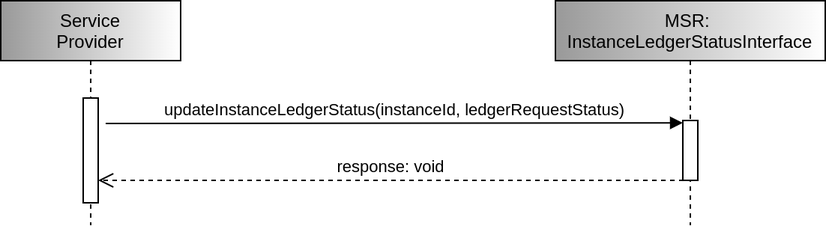
This is materials/instanceledgerstatusintseqdiagram.drawio.png from maritimeconnectivity/g1128-msr-service-specification, a draw.io export, as it was before one commit. Source tidied: cells renumbered, new cells last; positions are measured from the earlier drawing's top-left corner, leaving out a move shared by most shapes.
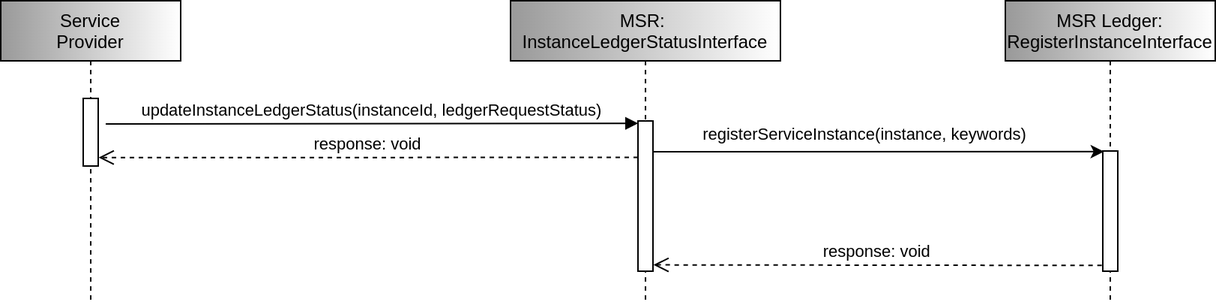
Later version of the same file.

Commit message:
Adding the ledger in the sequence diagrams

What changed in the source:
```diff
@@ -3,24 +3,36 @@
     <mxCell id="0" />
     <mxCell id="1" parent="0" />
     <mxCell id="2" value="Service&#10;Provider" style="shape=umlLifeline;perimeter=lifelinePerimeter;rounded=0;shadow=0;strokeWidth=1;fillColor=#999999;gradientColor=#ffffff;gradientDirection=east;" parent="1" vertex="1">
-      <mxGeometry width="120" height="150" as="geometry" />
+      <mxGeometry width="120" height="200" as="geometry" />
     </mxCell>
     <mxCell id="3" style="points=[];perimeter=orthogonalPerimeter;rounded=0;shadow=0;strokeWidth=1;" parent="2" vertex="1">
-      <mxGeometry x="55" y="65" width="10" height="70" as="geometry" />
+      <mxGeometry x="55" y="65" width="10" height="45" as="geometry" />
     </mxCell>
     <mxCell id="4" value="MSR: &#10;InstanceLedgerStatusInterface" style="shape=umlLifeline;perimeter=lifelinePerimeter;rounded=0;shadow=0;strokeWidth=1;fillColor=#999999;gradientColor=#ffffff;gradientDirection=east;" parent="1" vertex="1">
-      <mxGeometry x="370" width="180" height="150" as="geometry" />
+      <mxGeometry x="340" width="180" height="200" as="geometry" />
     </mxCell>
     <mxCell id="5" style="points=[];perimeter=orthogonalPerimeter;rounded=0;shadow=0;strokeWidth=1;" parent="4" vertex="1">
-      <mxGeometry x="85" y="80" width="10" height="40" as="geometry" />
+      <mxGeometry x="85" y="80" width="10" height="100" as="geometry" />
     </mxCell>
-    <mxCell id="6" value="response: void" style="verticalAlign=bottom;endArrow=open;dashed=1;endSize=8;exitX=0.05;exitY=1;shadow=0;strokeWidth=1;exitDx=0;exitDy=0;exitPerimeter=0;" parent="1" edge="1" source="5" target="3">
+    <mxCell id="6" value="response: void" style="verticalAlign=bottom;endArrow=open;dashed=1;endSize=8;shadow=0;strokeWidth=1;entryX=1.033;entryY=0.874;entryDx=0;entryDy=0;entryPerimeter=0;exitX=0;exitY=0.243;exitDx=0;exitDy=0;exitPerimeter=0;" parent="1" edge="1" source="5" target="3">
       <mxGeometry relative="1" as="geometry" />
     </mxCell>
-    <mxCell id="7" value="updateInstanceLedgerStatus(instanceId, ledgerRequestStatus)" style="verticalAlign=bottom;endArrow=block;entryX=0;entryY=0.04;shadow=0;strokeWidth=1;entryDx=0;entryDy=0;entryPerimeter=0;" parent="1" edge="1" target="5">
+    <mxCell id="7" value="updateInstanceLedgerStatus(instanceId, ledgerRequestStatus)" style="verticalAlign=bottom;endArrow=block;shadow=0;strokeWidth=1;entryX=0.01;entryY=0.016;entryDx=0;entryDy=0;entryPerimeter=0;" parent="1" edge="1" target="5">
       <mxGeometry relative="1" as="geometry">
         <mxPoint x="70" y="82" as="sourcePoint" />
       </mxGeometry>
     </mxCell>
+    <mxCell id="8" value="MSR Ledger:&#10;RegisterInstanceInterface" style="shape=umlLifeline;perimeter=lifelinePerimeter;rounded=0;shadow=0;strokeWidth=1;fillColor=#999999;gradientColor=#ffffff;gradientDirection=east;" parent="1" vertex="1">
+      <mxGeometry x="670" width="140" height="200" as="geometry" />
+    </mxCell>
+    <mxCell id="9" style="points=[];perimeter=orthogonalPerimeter;rounded=0;shadow=0;strokeWidth=1;" parent="8" vertex="1">
+      <mxGeometry x="65" y="100" width="10" height="80" as="geometry" />
+    </mxCell>
+    <mxCell id="10" value="registerServiceInstance(instance, keywords)" style="rounded=0;jettySize=auto;html=1;entryX=0.086;entryY=0.005;entryDx=0;entryDy=0;entryPerimeter=0;exitX=1;exitY=0.205;exitDx=0;exitDy=0;exitPerimeter=0;" parent="1" edge="1" source="5" target="9">
+      <mxGeometry x="-0.06" y="11" relative="1" as="geometry" />
+    </mxCell>
+    <mxCell id="11" value="response: void" style="verticalAlign=bottom;endArrow=open;dashed=1;endSize=8;exitX=-0.067;exitY=0.952;shadow=0;strokeWidth=1;exitDx=0;exitDy=0;exitPerimeter=0;entryX=1.033;entryY=0.958;entryDx=0;entryDy=0;entryPerimeter=0;" parent="1" edge="1" source="9" target="5">
+      <mxGeometry relative="1" as="geometry" />
+    </mxCell>
   </root>
 </mxGraphModel>
```
